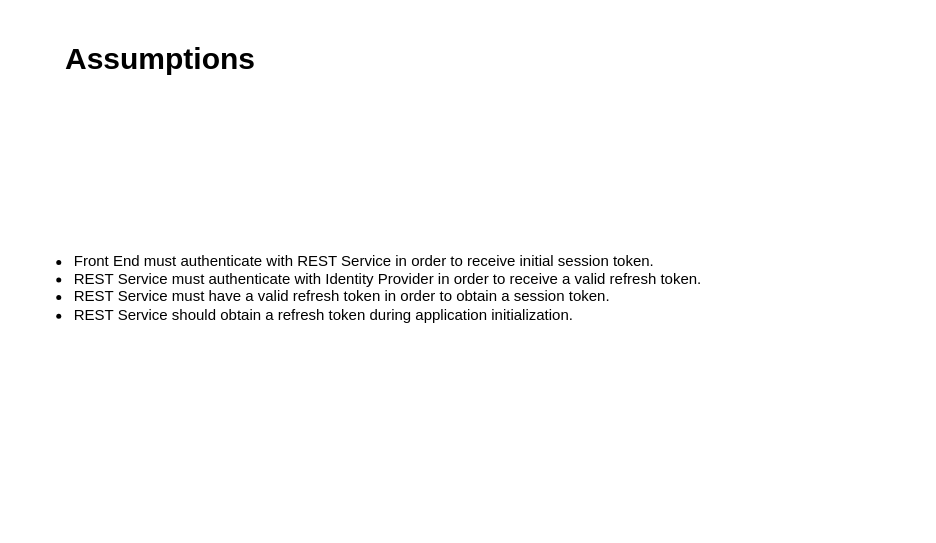
This is page "Page-1" (1 of 7) of SessionTokenFlow.drawio from bbarrington42/token-service-flows, a draw.io file, before an edit. Source tidied: cells renumbered, new cells numbered last; positions are measured from the earlier drawing's top-left corner, leaving out a move shared by most shapes. Both pictures are drawn from the tidied source at 125%, with x=0, y=0 at pixel (21, 34).
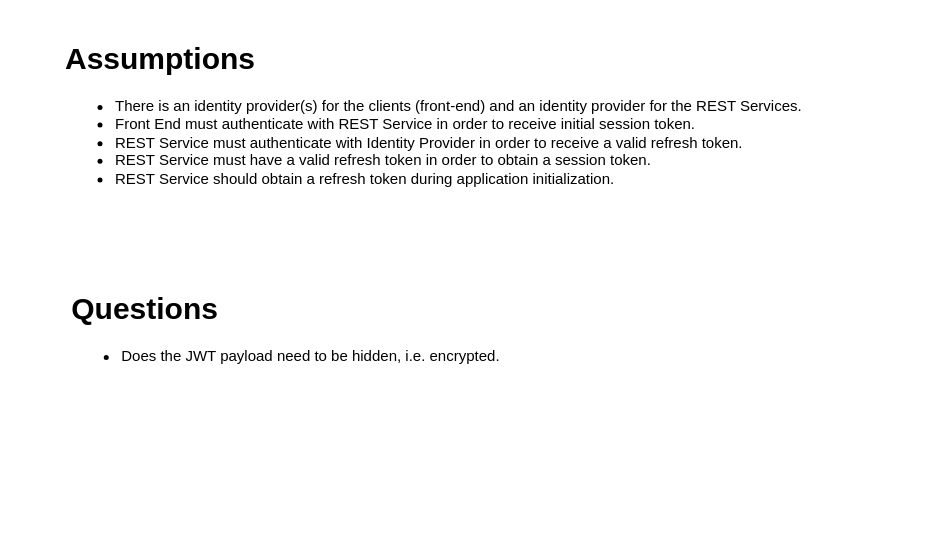
The same page after the edit.

Change to the diagram source:
```diff
@@
 <mxGraphModel>
   <root>
     <mxCell id="0" />
     <mxCell id="1" parent="0" />
-    <mxCell id="2" value="&lt;ul&gt;&lt;li&gt;Front End must authenticate with REST Service in order to receive initial session token.&lt;/li&gt;&lt;li&gt;REST Service must authenticate with Identity Provider in order to receive a valid refresh token.&lt;/li&gt;&lt;li&gt;REST Service must have a valid refresh token in order to obtain a session token.&lt;/li&gt;&lt;li&gt;REST Service should obtain a refresh token during application initialization.&lt;/li&gt;&lt;/ul&gt;" style="text;strokeColor=none;fillColor=none;html=1;whiteSpace=wrap;verticalAlign=middle;overflow=hidden;" parent="1" vertex="1">
-      <mxGeometry y="160" width="710" height="80" as="geometry" />
-    </mxCell>
-    <mxCell id="3" value="&lt;h1&gt;Assumptions&lt;/h1&gt;" style="text;html=1;strokeColor=none;fillColor=none;spacing=5;spacingTop=-20;whiteSpace=wrap;overflow=hidden;rounded=0;" parent="1" vertex="1">
-      <mxGeometry x="30" width="530" height="110" as="geometry" />
+    <mxCell id="3" value="&lt;h1&gt;Assumptions&lt;/h1&gt;&lt;div&gt;&lt;ul&gt;&lt;li&gt;There is an identity provider(s) for the clients (front-end) and an identity provider for the REST Services.&lt;/li&gt;&lt;li&gt;Front End must authenticate with REST Service in order to receive initial session token.&lt;/li&gt;&lt;li&gt;REST Service must authenticate with Identity Provider in order to receive a valid refresh token.&lt;/li&gt;&lt;li&gt;REST Service must have a valid refresh token in order to obtain a session token.&lt;/li&gt;&lt;li&gt;REST Service should obtain a refresh token during application initialization.&lt;/li&gt;&lt;/ul&gt;&lt;/div&gt;" style="text;html=1;strokeColor=none;fillColor=none;spacing=5;spacingTop=-20;whiteSpace=wrap;overflow=hidden;rounded=0;" parent="1" vertex="1">
+      <mxGeometry x="30" width="680" height="190" as="geometry" />
     </mxCell>
+    <mxCell id="4" value="&lt;h1&gt;Questions&lt;/h1&gt;&lt;div&gt;&lt;ul&gt;&lt;li&gt;Does the JWT payload need to be hidden, i.e. encrypted.&lt;/li&gt;&lt;/ul&gt;&lt;/div&gt;" style="text;html=1;strokeColor=none;fillColor=none;spacing=5;spacingTop=-20;whiteSpace=wrap;overflow=hidden;rounded=0;" parent="1" vertex="1">
+      <mxGeometry x="35" y="200" width="680" height="190" as="geometry" />
+    </mxCell>
   </root>
 </mxGraphModel>
```
